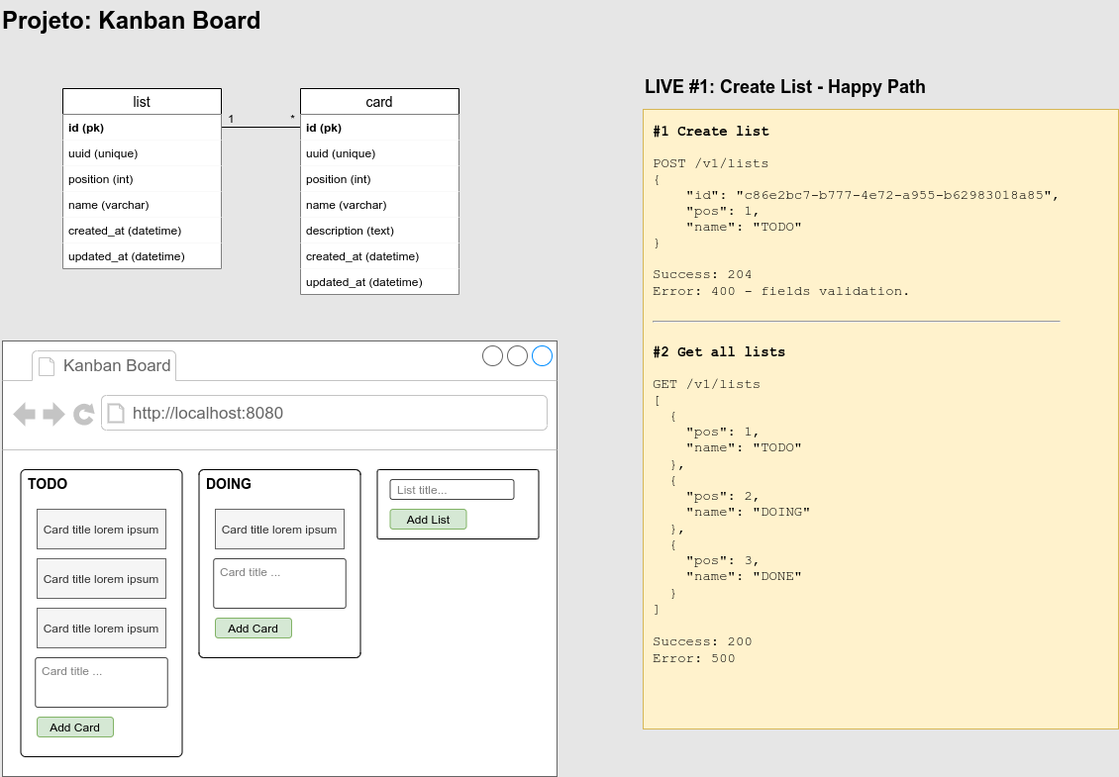
Above: Kanban-Board-Project.png in mariorez/kanban-board (draw.io), before the change. Source tidied: cells renumbered, new cells last; positions are measured from the earlier drawing's top-left corner, leaving out a move shared by most shapes.
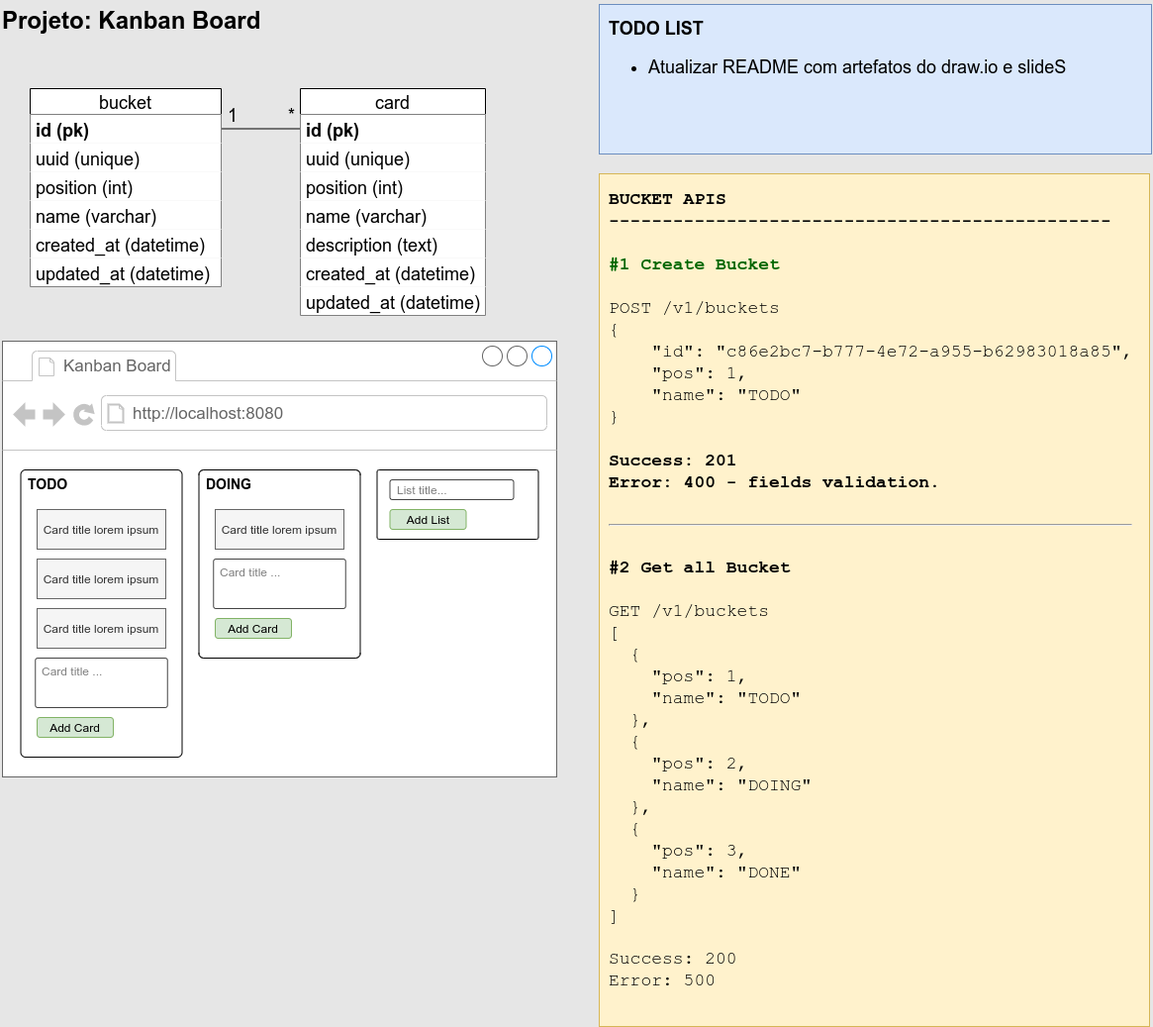
After the change.

Diff of the diagram source:
```diff
@@ -50,68 +50,68 @@
     <mxCell id="17" value="Add Card" style="rounded=1;html=1;shadow=0;dashed=0;whiteSpace=wrap;fontSize=12;fillColor=#d5e8d4;align=center;strokeColor=#82b366;" parent="2" vertex="1">
       <mxGeometry x="215" y="280" width="77" height="20" as="geometry" />
     </mxCell>
-    <mxCell id="18" style="endArrow=none;html=1;rounded=0;fontSize=12;fontColor=#808080;edgeStyle=orthogonalEdgeStyle;curved=1;entryX=0;entryY=0.5;entryDx=0;entryDy=0;exitX=1;exitY=0.5;exitDx=0;exitDy=0;" parent="1" edge="1" source="25" target="32">
+    <mxCell id="18" style="endArrow=none;html=1;rounded=0;fontSize=18;fontColor=#808080;edgeStyle=orthogonalEdgeStyle;curved=1;entryX=0;entryY=0.5;entryDx=0;entryDy=0;exitX=1;exitY=0.5;exitDx=0;exitDy=0;" parent="1" edge="1" source="25" target="32">
       <mxGeometry relative="1" as="geometry" />
     </mxCell>
-    <mxCell id="19" value="1" style="html=1;align=left;verticalAlign=bottom;spacingLeft=5;" parent="18" vertex="1">
+    <mxCell id="19" value="1" style="html=1;align=left;verticalAlign=bottom;spacingLeft=5;fontSize=18;" parent="18" vertex="1">
       <mxGeometry x="-1" relative="1" as="geometry" />
     </mxCell>
-    <mxCell id="20" value="*" style="html=1;align=right;verticalAlign=bottom;spacingRight=5;" parent="18" vertex="1">
+    <mxCell id="20" value="*" style="html=1;align=right;verticalAlign=bottom;spacingRight=5;fontSize=18;" parent="18" vertex="1">
       <mxGeometry x="1" relative="1" as="geometry" />
     </mxCell>
-    <mxCell id="21" value="&lt;h2&gt;LIVE #1: Create List - Happy Path&lt;/h2&gt;" style="text;html=1;strokeColor=none;fillColor=none;align=left;verticalAlign=middle;whiteSpace=wrap;rounded=0;" parent="1" vertex="1">
-      <mxGeometry x="649" y="78" width="336" height="20" as="geometry" />
-    </mxCell>
-    <mxCell id="22" value="&lt;font&gt;&lt;font face=&quot;Courier New&quot;&gt;&lt;font style=&quot;font-size: 14px&quot;&gt;&lt;b&gt;#1 Create list&lt;br&gt;&lt;/b&gt;&lt;br&gt;POST /v1/lists&lt;br&gt;&lt;/font&gt;&lt;span style=&quot;font-size: 14px&quot;&gt;{&lt;/span&gt;&lt;br&gt;&lt;span style=&quot;font-size: 14px&quot;&gt;&amp;nbsp; &amp;nbsp; &quot;id&quot;: &quot;c86e2bc7-b777-4e72-a955-b62983018a85&quot;,&lt;br&gt;&lt;/span&gt;&lt;/font&gt;&lt;span style=&quot;font-family: &amp;#34;courier new&amp;#34; ; font-size: 14px&quot;&gt;&amp;nbsp; &amp;nbsp; &quot;pos&quot;: 1,&lt;/span&gt;&lt;font face=&quot;Courier New&quot;&gt;&lt;br&gt;&lt;span style=&quot;font-size: 14px&quot;&gt;&amp;nbsp; &amp;nbsp; &quot;name&quot;: &quot;TODO&quot;&lt;/span&gt;&lt;br&gt;&lt;span style=&quot;font-size: 14px&quot;&gt;}&lt;br&gt;&lt;/span&gt;&lt;/font&gt;&lt;span style=&quot;font-family: &amp;#34;courier new&amp;#34; ; font-size: 14px&quot;&gt;&lt;br&gt;Success: 204&lt;/span&gt;&lt;br style=&quot;font-family: &amp;#34;courier new&amp;#34; ; font-size: 14px&quot;&gt;&lt;span style=&quot;font-family: &amp;#34;courier new&amp;#34; ; font-size: 14px&quot;&gt;Error: 400 - fields validation.&lt;/span&gt;&lt;br style=&quot;font-family: &amp;#34;courier new&amp;#34; ; font-size: 14px&quot;&gt;&lt;font face=&quot;Courier New&quot;&gt;&lt;br&gt;&lt;/font&gt;&lt;hr&gt;&lt;font style=&quot;font-size: 14px&quot; face=&quot;Courier New&quot;&gt;&lt;br&gt;&lt;/font&gt;&lt;b style=&quot;font-family: &amp;#34;courier new&amp;#34; ; font-size: 14px&quot;&gt;#2 Get all lists&lt;br&gt;&lt;/b&gt;&lt;font style=&quot;font-family: &amp;#34;courier new&amp;#34; ; font-size: 14px&quot;&gt;&lt;br&gt;GET /v1/lists&lt;br&gt;&lt;/font&gt;&lt;span style=&quot;font-family: &amp;#34;courier new&amp;#34; ; font-size: 14px&quot;&gt;[&lt;br&gt;&amp;nbsp; {&lt;br&gt;&lt;/span&gt;&lt;span style=&quot;font-family: &amp;#34;courier new&amp;#34; ; font-size: 14px&quot;&gt;&amp;nbsp; &amp;nbsp; &quot;pos&quot;: 1,&lt;/span&gt;&lt;span style=&quot;font-family: &amp;#34;courier new&amp;#34; ; font-size: 14px&quot;&gt;&lt;br&gt;&amp;nbsp; &amp;nbsp; &quot;name&quot;: &quot;TODO&quot;&lt;/span&gt;&lt;br style=&quot;font-family: &amp;#34;courier new&amp;#34; ; font-size: 14px&quot;&gt;&lt;span style=&quot;font-family: &amp;#34;courier new&amp;#34; ; font-size: 14px&quot;&gt;&amp;nbsp; },&lt;br&gt;&lt;/span&gt;&lt;span style=&quot;font-family: &amp;#34;courier new&amp;#34; ; font-size: 14px&quot;&gt;&amp;nbsp; {&lt;br&gt;&lt;/span&gt;&lt;span style=&quot;font-family: &amp;#34;courier new&amp;#34; ; font-size: 14px&quot;&gt;&amp;nbsp; &amp;nbsp; &quot;pos&quot;: 2,&lt;/span&gt;&lt;span style=&quot;font-family: &amp;#34;courier new&amp;#34; ; font-size: 14px&quot;&gt;&lt;br&gt;&amp;nbsp; &amp;nbsp; &quot;name&quot;: &quot;DOING&quot;&lt;/span&gt;&lt;br style=&quot;font-family: &amp;#34;courier new&amp;#34; ; font-size: 14px&quot;&gt;&lt;span style=&quot;font-family: &amp;#34;courier new&amp;#34; ; font-size: 14px&quot;&gt;&amp;nbsp; },&lt;br&gt;&lt;/span&gt;&lt;span style=&quot;font-family: &amp;#34;courier new&amp;#34; ; font-size: 14px&quot;&gt;&amp;nbsp; {&lt;br&gt;&lt;/span&gt;&lt;span style=&quot;font-family: &amp;#34;courier new&amp;#34; ; font-size: 14px&quot;&gt;&amp;nbsp; &amp;nbsp; &quot;pos&quot;: 3,&lt;/span&gt;&lt;span style=&quot;font-family: &amp;#34;courier new&amp;#34; ; font-size: 14px&quot;&gt;&lt;br&gt;&amp;nbsp; &amp;nbsp; &quot;name&quot;: &quot;DONE&quot;&lt;/span&gt;&lt;br style=&quot;font-family: &amp;#34;courier new&amp;#34; ; font-size: 14px&quot;&gt;&lt;span style=&quot;font-family: &amp;#34;courier new&amp;#34; ; font-size: 14px&quot;&gt;&amp;nbsp; }&lt;br&gt;&lt;/span&gt;&lt;span style=&quot;font-family: &amp;#34;courier new&amp;#34; ; font-size: 14px&quot;&gt;]&lt;/span&gt;&lt;br style=&quot;font-family: &amp;#34;courier new&amp;#34; ; font-size: 14px&quot;&gt;&lt;br style=&quot;font-family: &amp;#34;courier new&amp;#34; ; font-size: 14px&quot;&gt;&lt;span style=&quot;font-family: &amp;#34;courier new&amp;#34; ; font-size: 14px&quot;&gt;Success: 200&lt;/span&gt;&lt;br style=&quot;font-family: &amp;#34;courier new&amp;#34; ; font-size: 14px&quot;&gt;&lt;span style=&quot;font-family: &amp;#34;courier new&amp;#34; ; font-size: 14px&quot;&gt;Error: 500&lt;/span&gt;&lt;br style=&quot;font-family: &amp;#34;courier new&amp;#34; ; font-size: 14px&quot;&gt;&lt;font face=&quot;Courier New&quot; style=&quot;font-size: 14px&quot;&gt;&lt;br&gt;&lt;/font&gt;&lt;/font&gt;" style="text;html=1;strokeColor=#d6b656;fillColor=#fff2cc;align=left;verticalAlign=top;whiteSpace=wrap;rounded=0;perimeterSpacing=0;comic=0;shadow=0;spacing=10;" parent="1" vertex="1">
-      <mxGeometry x="649" y="110" width="480" height="626" as="geometry" />
+    <mxCell id="22" value="&lt;font style=&quot;font-size: 18px&quot;&gt;&lt;font face=&quot;Courier New&quot; style=&quot;font-size: 18px&quot;&gt;&lt;font style=&quot;font-size: 18px&quot;&gt;&lt;b style=&quot;font-size: 18px&quot;&gt;BUCKET APIS&lt;br&gt;-----------------------------------------------&lt;br&gt;&lt;br&gt;&lt;font color=&quot;#006600&quot;&gt;#1 Create Bucket&lt;/font&gt;&lt;br style=&quot;font-size: 18px&quot;&gt;&lt;/b&gt;&lt;br style=&quot;font-size: 18px&quot;&gt;POST /v1/buckets&lt;br style=&quot;font-size: 18px&quot;&gt;&lt;/font&gt;&lt;span style=&quot;font-size: 18px&quot;&gt;{&lt;/span&gt;&lt;br style=&quot;font-size: 18px&quot;&gt;&lt;span style=&quot;font-size: 18px&quot;&gt;&amp;nbsp; &amp;nbsp; &quot;id&quot;: &quot;c86e2bc7-b777-4e72-a955-b62983018a85&quot;,&lt;br style=&quot;font-size: 18px&quot;&gt;&lt;/span&gt;&lt;/font&gt;&lt;span style=&quot;font-family: &amp;#34;courier new&amp;#34; ; font-size: 18px&quot;&gt;&amp;nbsp; &amp;nbsp; &quot;pos&quot;: 1,&lt;/span&gt;&lt;font face=&quot;Courier New&quot; style=&quot;font-size: 18px&quot;&gt;&lt;br style=&quot;font-size: 18px&quot;&gt;&lt;span style=&quot;font-size: 18px&quot;&gt;&amp;nbsp; &amp;nbsp; &quot;name&quot;: &quot;TODO&quot;&lt;/span&gt;&lt;br style=&quot;font-size: 18px&quot;&gt;&lt;span style=&quot;font-size: 18px&quot;&gt;}&lt;br style=&quot;font-size: 18px&quot;&gt;&lt;/span&gt;&lt;/font&gt;&lt;span style=&quot;font-family: &amp;#34;courier new&amp;#34; ; font-size: 18px&quot;&gt;&lt;br style=&quot;font-size: 18px&quot;&gt;&lt;b&gt;Success: 201&lt;/b&gt;&lt;/span&gt;&lt;br style=&quot;font-family: &amp;#34;courier new&amp;#34; ; font-size: 18px&quot;&gt;&lt;span style=&quot;font-family: &amp;#34;courier new&amp;#34; ; font-size: 18px&quot;&gt;&lt;b&gt;Error: 400 - fields validation.&lt;/b&gt;&lt;/span&gt;&lt;br style=&quot;font-family: &amp;#34;courier new&amp;#34; ; font-size: 18px&quot;&gt;&lt;font face=&quot;Courier New&quot; style=&quot;font-size: 18px&quot;&gt;&lt;br style=&quot;font-size: 18px&quot;&gt;&lt;/font&gt;&lt;hr style=&quot;font-size: 18px&quot;&gt;&lt;font style=&quot;font-size: 18px&quot; face=&quot;Courier New&quot;&gt;&lt;br style=&quot;font-size: 18px&quot;&gt;&lt;/font&gt;&lt;b style=&quot;font-family: &amp;#34;courier new&amp;#34; ; font-size: 18px&quot;&gt;#2 Get all&amp;nbsp;&lt;/b&gt;&lt;b style=&quot;font-family: &amp;#34;courier new&amp;#34;&quot;&gt;Bucket&lt;/b&gt;&lt;b style=&quot;font-family: &amp;#34;courier new&amp;#34; ; font-size: 18px&quot;&gt;&lt;br style=&quot;font-size: 18px&quot;&gt;&lt;/b&gt;&lt;font style=&quot;font-family: &amp;#34;courier new&amp;#34; ; font-size: 18px&quot;&gt;&lt;br style=&quot;font-size: 18px&quot;&gt;GET /v1/&lt;span style=&quot;font-family: &amp;#34;courier new&amp;#34; ; font-size: 18px&quot;&gt;buckets&lt;/span&gt;&lt;br style=&quot;font-size: 18px&quot;&gt;&lt;/font&gt;&lt;span style=&quot;font-family: &amp;#34;courier new&amp;#34; ; font-size: 18px&quot;&gt;[&lt;br style=&quot;font-size: 18px&quot;&gt;&amp;nbsp; {&lt;br style=&quot;font-size: 18px&quot;&gt;&lt;/span&gt;&lt;span style=&quot;font-family: &amp;#34;courier new&amp;#34; ; font-size: 18px&quot;&gt;&amp;nbsp; &amp;nbsp; &quot;pos&quot;: 1,&lt;/span&gt;&lt;span style=&quot;font-family: &amp;#34;courier new&amp;#34; ; font-size: 18px&quot;&gt;&lt;br style=&quot;font-size: 18px&quot;&gt;&amp;nbsp; &amp;nbsp; &quot;name&quot;: &quot;TODO&quot;&lt;/span&gt;&lt;br style=&quot;font-family: &amp;#34;courier new&amp;#34; ; font-size: 18px&quot;&gt;&lt;span style=&quot;font-family: &amp;#34;courier new&amp;#34; ; font-size: 18px&quot;&gt;&amp;nbsp; },&lt;br style=&quot;font-size: 18px&quot;&gt;&lt;/span&gt;&lt;span style=&quot;font-family: &amp;#34;courier new&amp;#34; ; font-size: 18px&quot;&gt;&amp;nbsp; {&lt;br style=&quot;font-size: 18px&quot;&gt;&lt;/span&gt;&lt;span style=&quot;font-family: &amp;#34;courier new&amp;#34; ; font-size: 18px&quot;&gt;&amp;nbsp; &amp;nbsp; &quot;pos&quot;: 2,&lt;/span&gt;&lt;span style=&quot;font-family: &amp;#34;courier new&amp;#34; ; font-size: 18px&quot;&gt;&lt;br style=&quot;font-size: 18px&quot;&gt;&amp;nbsp; &amp;nbsp; &quot;name&quot;: &quot;DOING&quot;&lt;/span&gt;&lt;br style=&quot;font-family: &amp;#34;courier new&amp;#34; ; font-size: 18px&quot;&gt;&lt;span style=&quot;font-family: &amp;#34;courier new&amp;#34; ; font-size: 18px&quot;&gt;&amp;nbsp; },&lt;br style=&quot;font-size: 18px&quot;&gt;&lt;/span&gt;&lt;span style=&quot;font-family: &amp;#34;courier new&amp;#34; ; font-size: 18px&quot;&gt;&amp;nbsp; {&lt;br style=&quot;font-size: 18px&quot;&gt;&lt;/span&gt;&lt;span style=&quot;font-family: &amp;#34;courier new&amp;#34; ; font-size: 18px&quot;&gt;&amp;nbsp; &amp;nbsp; &quot;pos&quot;: 3,&lt;/span&gt;&lt;span style=&quot;font-family: &amp;#34;courier new&amp;#34; ; font-size: 18px&quot;&gt;&lt;br style=&quot;font-size: 18px&quot;&gt;&amp;nbsp; &amp;nbsp; &quot;name&quot;: &quot;DONE&quot;&lt;/span&gt;&lt;br style=&quot;font-family: &amp;#34;courier new&amp;#34; ; font-size: 18px&quot;&gt;&lt;span style=&quot;font-family: &amp;#34;courier new&amp;#34; ; font-size: 18px&quot;&gt;&amp;nbsp; }&lt;br style=&quot;font-size: 18px&quot;&gt;&lt;/span&gt;&lt;span style=&quot;font-family: &amp;#34;courier new&amp;#34; ; font-size: 18px&quot;&gt;]&lt;/span&gt;&lt;br style=&quot;font-family: &amp;#34;courier new&amp;#34; ; font-size: 18px&quot;&gt;&lt;br style=&quot;font-family: &amp;#34;courier new&amp;#34; ; font-size: 18px&quot;&gt;&lt;span style=&quot;font-family: &amp;#34;courier new&amp;#34; ; font-size: 18px&quot;&gt;Success: 200&lt;/span&gt;&lt;br style=&quot;font-family: &amp;#34;courier new&amp;#34; ; font-size: 18px&quot;&gt;&lt;span style=&quot;font-family: &amp;#34;courier new&amp;#34; ; font-size: 18px&quot;&gt;Error: 500&lt;/span&gt;&lt;br style=&quot;font-family: &amp;#34;courier new&amp;#34; ; font-size: 18px&quot;&gt;&lt;font face=&quot;Courier New&quot; style=&quot;font-size: 18px&quot;&gt;&lt;br style=&quot;font-size: 18px&quot;&gt;&lt;/font&gt;&lt;/font&gt;" style="text;html=1;strokeColor=#d6b656;fillColor=#fff2cc;align=left;verticalAlign=top;whiteSpace=wrap;rounded=0;perimeterSpacing=0;comic=0;shadow=0;spacing=10;fontSize=18;" parent="1" vertex="1">
+      <mxGeometry x="605" y="175" width="556" height="861" as="geometry" />
     </mxCell>
     <mxCell id="23" value="Projeto: Kanban Board" style="text;strokeColor=none;fillColor=none;html=1;fontSize=24;fontStyle=1;verticalAlign=middle;align=left;" parent="1" vertex="1">
       <mxGeometry width="287" height="40" as="geometry" />
     </mxCell>
-    <mxCell id="24" value="list" style="swimlane;fontStyle=0;horizontal=1;startSize=26;align=center;fontSize=14;shadow=0;" parent="1" vertex="1">
-      <mxGeometry x="63" y="89" width="160" height="182" as="geometry" />
+    <mxCell id="24" value="bucket" style="swimlane;fontStyle=0;horizontal=1;startSize=26;align=center;fontSize=18;shadow=0;" parent="1" vertex="1">
+      <mxGeometry x="30" y="89" width="193" height="200" as="geometry" />
     </mxCell>
-    <mxCell id="25" value="id (pk)" style="text;spacingLeft=4;spacingRight=4;overflow=hidden;points=[[0,0.5],[1,0.5]];portConstraint=eastwest;fontSize=12;fillColor=#ffffff;fontStyle=1;" parent="24" vertex="1">
-      <mxGeometry y="26" width="160" height="26" as="geometry" />
+    <mxCell id="25" value="id (pk)" style="text;spacingLeft=4;spacingRight=4;overflow=hidden;points=[[0,0.5],[1,0.5]];portConstraint=eastwest;fontSize=18;fillColor=#ffffff;fontStyle=1;verticalAlign=middle;" parent="24" vertex="1">
+      <mxGeometry y="26" width="193" height="29" as="geometry" />
     </mxCell>
-    <mxCell id="26" value="uuid (unique)" style="text;spacingLeft=4;spacingRight=4;overflow=hidden;fontSize=12;fillColor=#ffffff;" parent="24" vertex="1">
-      <mxGeometry y="52" width="160" height="26" as="geometry" />
+    <mxCell id="26" value="uuid (unique)" style="text;spacingLeft=4;spacingRight=4;overflow=hidden;fontSize=18;fillColor=#ffffff;verticalAlign=middle;" parent="24" vertex="1">
+      <mxGeometry y="55" width="193" height="29" as="geometry" />
     </mxCell>
-    <mxCell id="27" value="position (int)" style="text;spacingLeft=4;spacingRight=4;overflow=hidden;fontSize=12;fillColor=#ffffff;" parent="24" vertex="1">
-      <mxGeometry y="78" width="160" height="26" as="geometry" />
+    <mxCell id="27" value="position (int)" style="text;spacingLeft=4;spacingRight=4;overflow=hidden;fontSize=18;fillColor=#ffffff;verticalAlign=middle;" parent="24" vertex="1">
+      <mxGeometry y="84" width="193" height="29" as="geometry" />
     </mxCell>
-    <mxCell id="28" value="name (varchar)" style="text;spacingLeft=4;spacingRight=4;overflow=hidden;fontSize=12;fillColor=#ffffff;" parent="24" vertex="1">
-      <mxGeometry y="104" width="160" height="26" as="geometry" />
+    <mxCell id="28" value="name (varchar)" style="text;spacingLeft=4;spacingRight=4;overflow=hidden;fontSize=18;fillColor=#ffffff;verticalAlign=middle;" parent="24" vertex="1">
+      <mxGeometry y="113" width="193" height="29" as="geometry" />
     </mxCell>
-    <mxCell id="29" value="created_at (datetime)" style="text;spacingLeft=4;spacingRight=4;overflow=hidden;fontSize=12;fillColor=#ffffff;" parent="24" vertex="1">
-      <mxGeometry y="130" width="160" height="26" as="geometry" />
+    <mxCell id="29" value="created_at (datetime)" style="text;spacingLeft=4;spacingRight=4;overflow=hidden;fontSize=18;fillColor=#ffffff;verticalAlign=middle;" parent="24" vertex="1">
+      <mxGeometry y="142" width="193" height="29" as="geometry" />
     </mxCell>
-    <mxCell id="30" value="updated_at (datetime)" style="text;spacingLeft=4;spacingRight=4;overflow=hidden;fontSize=12;fillColor=#ffffff;" parent="24" vertex="1">
-      <mxGeometry y="156" width="160" height="26" as="geometry" />
+    <mxCell id="30" value="updated_at (datetime)" style="text;spacingLeft=4;spacingRight=4;overflow=hidden;fontSize=18;fillColor=#ffffff;verticalAlign=middle;" parent="24" vertex="1">
+      <mxGeometry y="171" width="193" height="29" as="geometry" />
     </mxCell>
-    <mxCell id="31" value="card" style="swimlane;fontStyle=0;horizontal=1;startSize=26;align=center;fontSize=14;shadow=0;fillColor=#ffffff;" parent="1" vertex="1">
-      <mxGeometry x="303" y="89" width="160" height="208" as="geometry" />
+    <mxCell id="31" value="card" style="swimlane;fontStyle=0;horizontal=1;startSize=26;align=center;fontSize=18;shadow=0;fillColor=#ffffff;" parent="1" vertex="1">
+      <mxGeometry x="303" y="89" width="187" height="229" as="geometry" />
     </mxCell>
-    <mxCell id="32" value="id (pk)" style="text;spacingLeft=4;spacingRight=4;overflow=hidden;points=[[0,0.5],[1,0.5]];portConstraint=eastwest;fontSize=12;fillColor=#ffffff;fontStyle=1;" parent="31" vertex="1">
-      <mxGeometry y="26" width="160" height="26" as="geometry" />
+    <mxCell id="32" value="id (pk)" style="text;spacingLeft=4;spacingRight=4;overflow=hidden;points=[[0,0.5],[1,0.5]];portConstraint=eastwest;fontSize=18;fillColor=#ffffff;fontStyle=1;verticalAlign=middle;" parent="31" vertex="1">
+      <mxGeometry y="26" width="187" height="29" as="geometry" />
     </mxCell>
-    <mxCell id="33" value="uuid (unique)" style="text;spacingLeft=4;spacingRight=4;overflow=hidden;fontSize=12;fillColor=#ffffff;" parent="31" vertex="1">
-      <mxGeometry y="52" width="160" height="26" as="geometry" />
+    <mxCell id="33" value="uuid (unique)" style="text;spacingLeft=4;spacingRight=4;overflow=hidden;fontSize=18;fillColor=#ffffff;verticalAlign=middle;" parent="31" vertex="1">
+      <mxGeometry y="55" width="187" height="29" as="geometry" />
     </mxCell>
-    <mxCell id="34" value="position (int)" style="text;spacingLeft=4;spacingRight=4;overflow=hidden;fontSize=12;fillColor=#ffffff;" parent="31" vertex="1">
-      <mxGeometry y="78" width="160" height="26" as="geometry" />
+    <mxCell id="34" value="position (int)" style="text;spacingLeft=4;spacingRight=4;overflow=hidden;fontSize=18;fillColor=#ffffff;verticalAlign=middle;" parent="31" vertex="1">
+      <mxGeometry y="84" width="187" height="29" as="geometry" />
     </mxCell>
-    <mxCell id="35" value="name (varchar)" style="text;spacingLeft=4;spacingRight=4;overflow=hidden;fontSize=12;fillColor=#ffffff;" parent="31" vertex="1">
-      <mxGeometry y="104" width="160" height="26" as="geometry" />
+    <mxCell id="35" value="name (varchar)" style="text;spacingLeft=4;spacingRight=4;overflow=hidden;fontSize=18;fillColor=#ffffff;verticalAlign=middle;" parent="31" vertex="1">
+      <mxGeometry y="113" width="187" height="29" as="geometry" />
     </mxCell>
-    <mxCell id="36" value="description (text)" style="text;spacingLeft=4;spacingRight=4;overflow=hidden;fontSize=12;fillColor=#ffffff;" parent="31" vertex="1">
-      <mxGeometry y="130" width="160" height="26" as="geometry" />
+    <mxCell id="36" value="description (text)" style="text;spacingLeft=4;spacingRight=4;overflow=hidden;fontSize=18;fillColor=#ffffff;verticalAlign=middle;" parent="31" vertex="1">
+      <mxGeometry y="142" width="187" height="29" as="geometry" />
     </mxCell>
-    <mxCell id="37" value="created_at (datetime)" style="text;spacingLeft=4;spacingRight=4;overflow=hidden;fontSize=12;fillColor=#ffffff;" parent="31" vertex="1">
-      <mxGeometry y="156" width="160" height="26" as="geometry" />
+    <mxCell id="37" value="created_at (datetime)" style="text;spacingLeft=4;spacingRight=4;overflow=hidden;fontSize=18;fillColor=#ffffff;verticalAlign=middle;" parent="31" vertex="1">
+      <mxGeometry y="171" width="187" height="29" as="geometry" />
     </mxCell>
-    <mxCell id="38" value="updated_at (datetime)" style="text;spacingLeft=4;spacingRight=4;overflow=hidden;fontSize=12;fillColor=#ffffff;" parent="31" vertex="1">
-      <mxGeometry y="182" width="160" height="26" as="geometry" />
+    <mxCell id="38" value="updated_at (datetime)" style="text;spacingLeft=4;spacingRight=4;overflow=hidden;fontSize=18;fillColor=#ffffff;verticalAlign=middle;" parent="31" vertex="1">
+      <mxGeometry y="200" width="187" height="29" as="geometry" />
     </mxCell>
+    <mxCell id="39" value="&lt;b style=&quot;font-size: 18px&quot;&gt;TODO LIST&lt;/b&gt;&lt;br style=&quot;font-size: 18px&quot;&gt;&lt;ul style=&quot;font-size: 18px&quot;&gt;&lt;li style=&quot;font-size: 18px&quot;&gt;Atualizar README com artefatos do draw.io e slideS&lt;/li&gt;&lt;/ul&gt;" style="text;strokeColor=#6c8ebf;fillColor=#dae8fc;html=1;whiteSpace=wrap;verticalAlign=top;overflow=hidden;spacing=10;fontSize=18;spacingTop=0;" parent="1" vertex="1">
+      <mxGeometry x="605" y="4" width="558" height="151" as="geometry" />
+    </mxCell>
   </root>
 </mxGraphModel>
```
